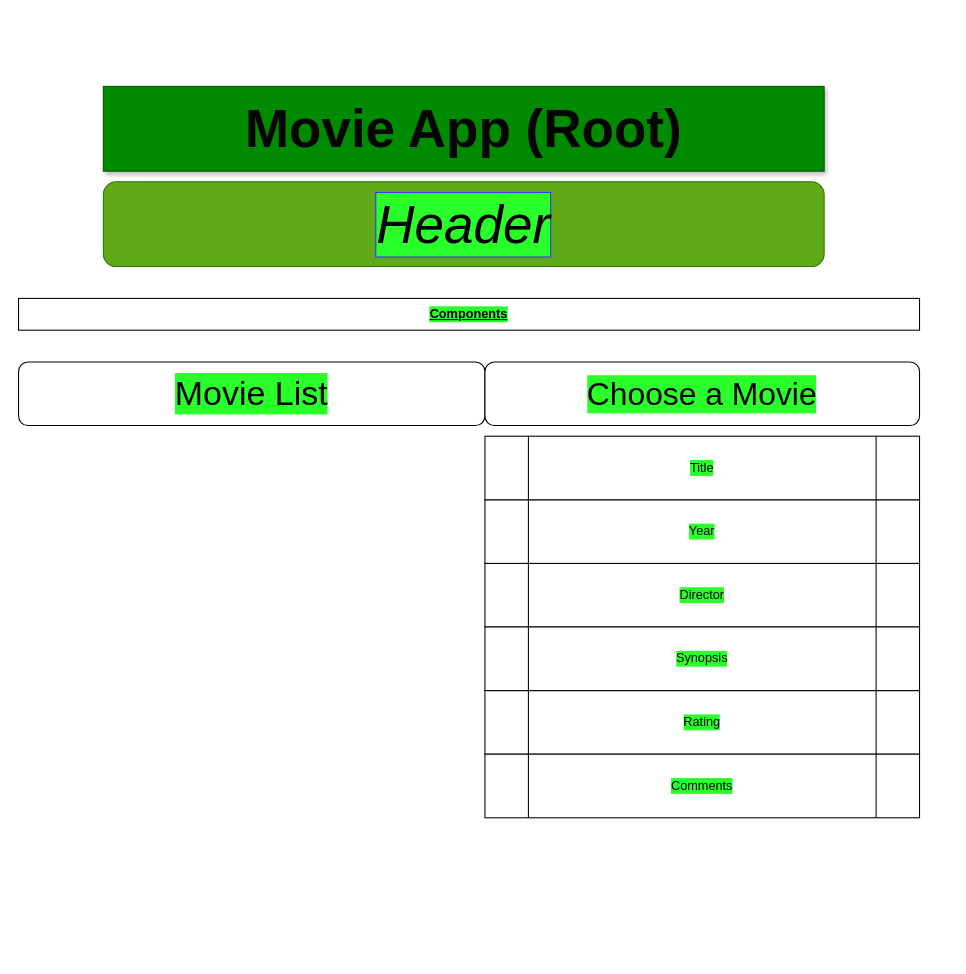
Before: Untitled Diagram.drawio in ChuckLightfoot/movieapp, a draw.io diagram. Source tidied: cells renumbered, new cells numbered last; positions are measured from the earlier drawing's top-left corner, leaving out a move shared by most shapes. Both pictures are drawn from the tidied source at 106%, with x=0, y=0 at pixel (18, 86).
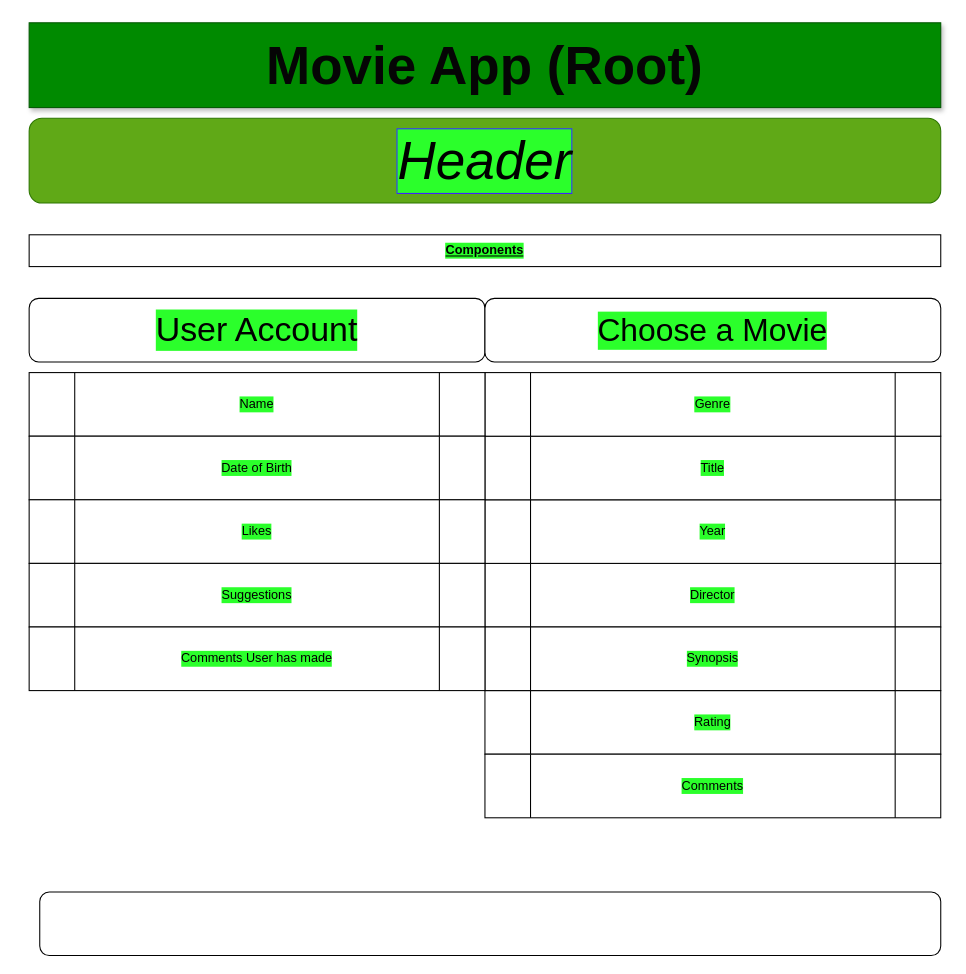
Above is the later version.

Commit message:
Movie App Final?

What changed in the source:
```diff
@@
     <mxCell id="2" value="&lt;font style=&quot;font-size: 50px&quot; color=&quot;#050505&quot;&gt;&lt;b&gt;Movie App (Root)&lt;/b&gt;&lt;/font&gt;" style="rounded=0;whiteSpace=wrap;html=1;strokeColor=#005700;shadow=1;fillColor=#008a00;fontColor=#ffffff;" parent="1" vertex="1">
-      <mxGeometry x="80" width="680" height="80" as="geometry" />
+      <mxGeometry x="10" y="-60" width="860" height="80" as="geometry" />
     </mxCell>
     <mxCell id="3" value="&lt;font color=&quot;#000000&quot; style=&quot;font-size: 50px&quot;&gt;&lt;i&gt;Header&lt;/i&gt;&lt;/font&gt;" style="rounded=1;whiteSpace=wrap;html=1;align=center;labelBackgroundColor=#2BFF2B;labelBorderColor=#3F21FF;fillColor=#60a917;strokeColor=#2D7600;fontColor=#ffffff;" parent="1" vertex="1">
-      <mxGeometry x="80" y="90" width="680" height="80" as="geometry" />
+      <mxGeometry x="10" y="30" width="860" height="80" as="geometry" />
     </mxCell>
     <mxCell id="4" value="&lt;b&gt;&lt;u&gt;Components&lt;/u&gt;&lt;/b&gt;" style="rounded=0;whiteSpace=wrap;html=1;labelBackgroundColor=#2BFF2B;align=center;" parent="1" vertex="1">
-      <mxGeometry y="200" width="850" height="30" as="geometry" />
+      <mxGeometry x="10" y="140" width="860" height="30" as="geometry" />
     </mxCell>
-    <mxCell id="5" value="&lt;font style=&quot;font-size: 32px&quot;&gt;Movie List&lt;/font&gt;" style="rounded=1;whiteSpace=wrap;html=1;labelBackgroundColor=#2BFF2B;align=center;" parent="1" vertex="1">
-      <mxGeometry y="260" width="440" height="60" as="geometry" />
+    <mxCell id="5" value="&lt;font style=&quot;font-size: 32px&quot;&gt;User Account&lt;/font&gt;" style="rounded=1;whiteSpace=wrap;html=1;labelBackgroundColor=#2BFF2B;align=center;" parent="1" vertex="1">
+      <mxGeometry x="10" y="200" width="430" height="60" as="geometry" />
     </mxCell>
@@
     <mxCell id="7" value="&lt;font style=&quot;font-size: 30px&quot;&gt;Choose a Movie&lt;/font&gt;" style="rounded=1;whiteSpace=wrap;html=1;labelBackgroundColor=#2BFF2B;align=center;" parent="1" vertex="1">
-      <mxGeometry x="440" y="260" width="410" height="60" as="geometry" />
+      <mxGeometry x="440" y="200" width="430" height="60" as="geometry" />
     </mxCell>
     <mxCell id="8" value="Rating" style="shape=process;whiteSpace=wrap;html=1;backgroundOutline=1;labelBackgroundColor=#2BFF2B;align=center;" parent="1" vertex="1">
-      <mxGeometry x="440" y="570" width="410" height="60" as="geometry" />
+      <mxGeometry x="440" y="570" width="430" height="60" as="geometry" />
     </mxCell>
     <mxCell id="9" value="Director" style="shape=process;whiteSpace=wrap;html=1;backgroundOutline=1;labelBackgroundColor=#2BFF2B;align=center;" parent="1" vertex="1">
-      <mxGeometry x="440" y="450" width="410" height="60" as="geometry" />
+      <mxGeometry x="440" y="450" width="430" height="60" as="geometry" />
     </mxCell>
     <mxCell id="10" value="Comments" style="shape=process;whiteSpace=wrap;html=1;backgroundOutline=1;labelBackgroundColor=#2BFF2B;align=center;" parent="1" vertex="1">
-      <mxGeometry x="440" y="630" width="410" height="60" as="geometry" />
+      <mxGeometry x="440" y="630" width="430" height="60" as="geometry" />
     </mxCell>
     <mxCell id="11" value="Year" style="shape=process;whiteSpace=wrap;html=1;backgroundOutline=1;labelBackgroundColor=#2BFF2B;align=center;" parent="1" vertex="1">
-      <mxGeometry x="440" y="390" width="410" height="60" as="geometry" />
+      <mxGeometry x="440" y="390" width="430" height="60" as="geometry" />
     </mxCell>
     <mxCell id="12" value="Title" style="shape=process;whiteSpace=wrap;html=1;backgroundOutline=1;labelBackgroundColor=#2BFF2B;align=center;" parent="1" vertex="1">
-      <mxGeometry x="440" y="330" width="410" height="60" as="geometry" />
+      <mxGeometry x="440" y="330" width="430" height="60" as="geometry" />
     </mxCell>
     <mxCell id="13" value="Synopsis" style="shape=process;whiteSpace=wrap;html=1;backgroundOutline=1;labelBackgroundColor=#2BFF2B;align=center;" parent="1" vertex="1">
-      <mxGeometry x="440" y="510" width="410" height="60" as="geometry" />
+      <mxGeometry x="440" y="510" width="430" height="60" as="geometry" />
     </mxCell>
+    <mxCell id="14" style="rounded=1;whiteSpace=wrap;html=1;labelBackgroundColor=#2BFF2B;align=center;" parent="1" vertex="1">
+      <mxGeometry x="20" y="760" width="850" height="60" as="geometry" />
+    </mxCell>
+    <mxCell id="15" value="Genre" style="shape=process;whiteSpace=wrap;html=1;backgroundOutline=1;labelBackgroundColor=#2BFF2B;align=center;" parent="1" vertex="1">
+      <mxGeometry x="440" y="270" width="430" height="60" as="geometry" />
+    </mxCell>
+    <mxCell id="16" value="Name" style="shape=process;whiteSpace=wrap;html=1;backgroundOutline=1;labelBackgroundColor=#2BFF2B;align=center;" parent="1" vertex="1">
+      <mxGeometry x="10" y="270" width="430" height="60" as="geometry" />
+    </mxCell>
+    <mxCell id="17" value="Date of Birth" style="shape=process;whiteSpace=wrap;html=1;backgroundOutline=1;labelBackgroundColor=#2BFF2B;align=center;" parent="1" vertex="1">
+      <mxGeometry x="10" y="330" width="430" height="60" as="geometry" />
+    </mxCell>
+    <mxCell id="18" value="Likes" style="shape=process;whiteSpace=wrap;html=1;backgroundOutline=1;labelBackgroundColor=#2BFF2B;align=center;" parent="1" vertex="1">
+      <mxGeometry x="10" y="390" width="430" height="60" as="geometry" />
+    </mxCell>
+    <mxCell id="19" value="Suggestions" style="shape=process;whiteSpace=wrap;html=1;backgroundOutline=1;labelBackgroundColor=#2BFF2B;align=center;" parent="1" vertex="1">
+      <mxGeometry x="10" y="450" width="430" height="60" as="geometry" />
+    </mxCell>
+    <mxCell id="20" value="Comments User has made" style="shape=process;whiteSpace=wrap;html=1;backgroundOutline=1;labelBackgroundColor=#2BFF2B;align=center;" parent="1" vertex="1">
+      <mxGeometry x="10" y="510" width="430" height="60" as="geometry" />
+    </mxCell>
```
